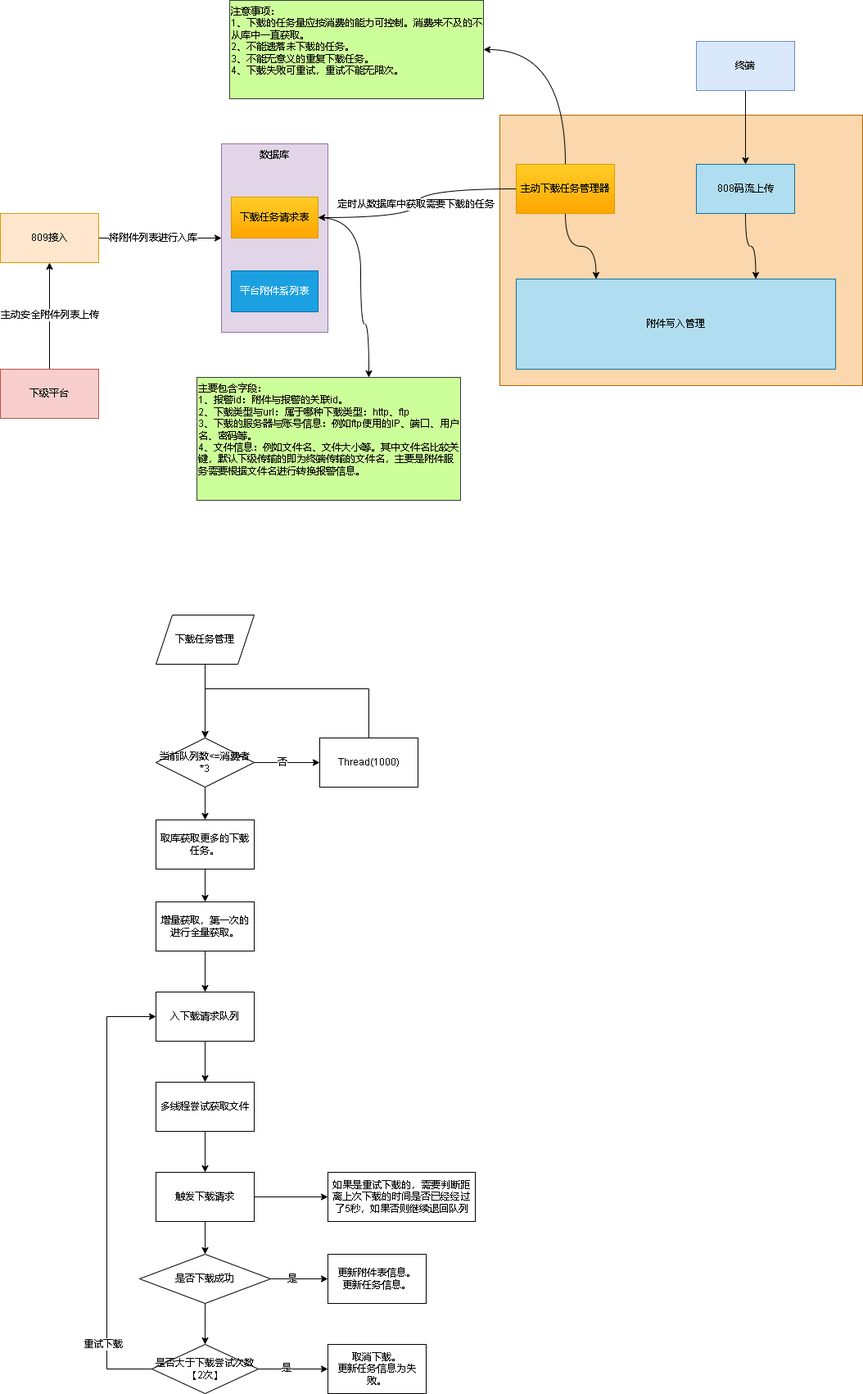
This is 809上传附件列表支持下载.drawio.png from xktder/draw, a draw.io export, as it was before one commit. Source tidied: cells renumbered, new cells last; positions are measured from the earlier drawing's top-left corner, leaving out a move shared by most shapes.
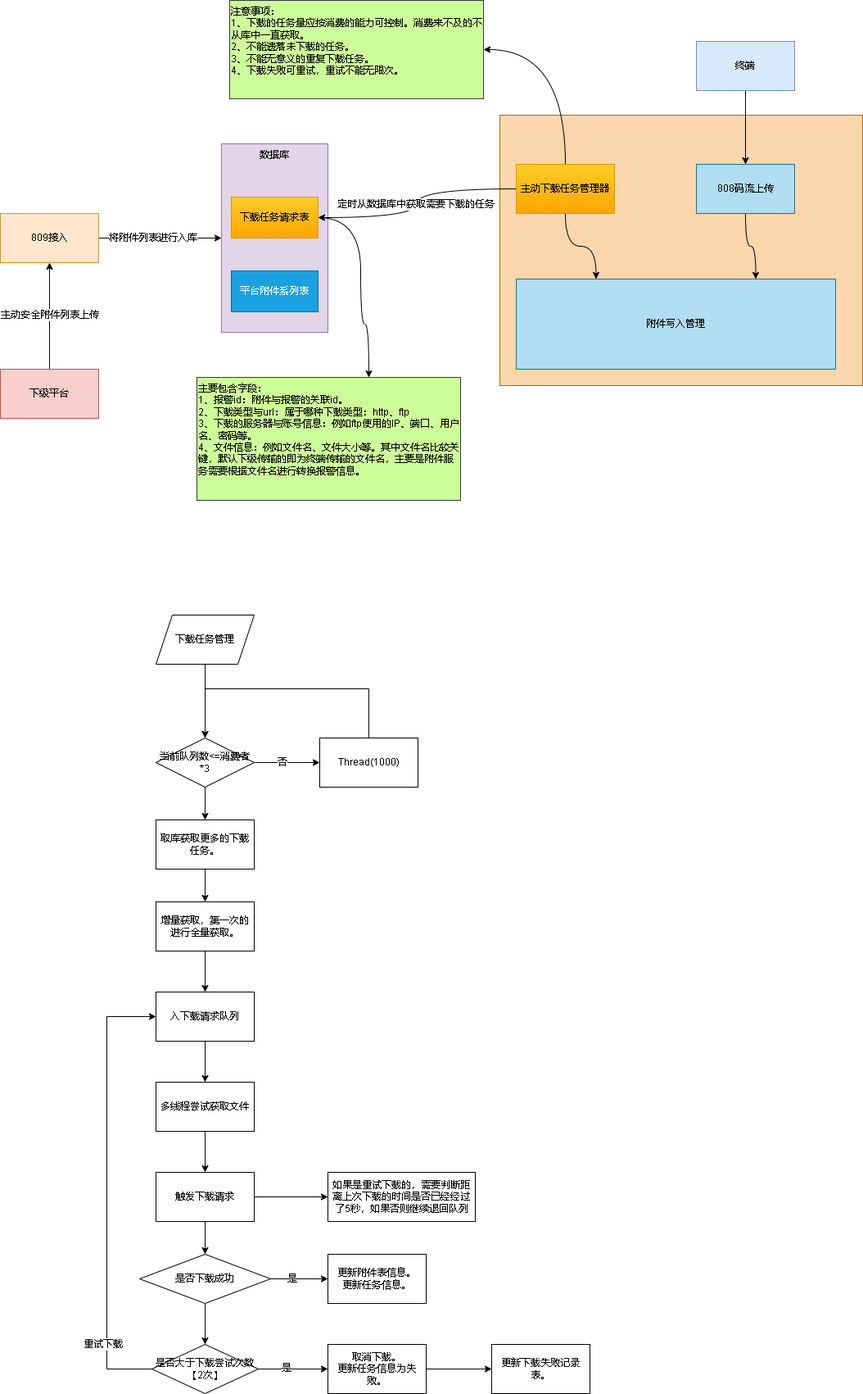
The same file after the commit.

Commit message:
更新809上传附件列表支持下载.drawio.png

The edit, as a diff of the source:
```diff
@@ -182,11 +182,17 @@
     <mxCell id="53" value="更新附件表信息。&lt;br&gt;更新任务信息。" style="whiteSpace=wrap;html=1;" parent="1" vertex="1">
       <mxGeometry x="400" y="1530" width="120" height="60" as="geometry" />
     </mxCell>
+    <mxCell id="56" style="edgeStyle=orthogonalEdgeStyle;rounded=0;jettySize=auto;html=1;" parent="1" edge="1" source="54" target="57">
+      <mxGeometry relative="1" as="geometry" />
+    </mxCell>
     <mxCell id="54" value="取消下载。&lt;br&gt;更新任务信息为失败。" style="whiteSpace=wrap;html=1;" parent="1" vertex="1">
       <mxGeometry x="400" y="1640" width="120" height="60" as="geometry" />
     </mxCell>
     <mxCell id="55" value="如果是重试下载的，需要判断距离上次下载的时间是否已经经过了5秒，如果否则继续退回队列" style="whiteSpace=wrap;html=1;" parent="1" vertex="1">
       <mxGeometry x="400" y="1430" width="180" height="60" as="geometry" />
     </mxCell>
+    <mxCell id="57" value="更新下载失败记录表。" style="whiteSpace=wrap;html=1;" parent="1" vertex="1">
+      <mxGeometry x="600" y="1640" width="120" height="60" as="geometry" />
+    </mxCell>
   </root>
 </mxGraphModel>
```
